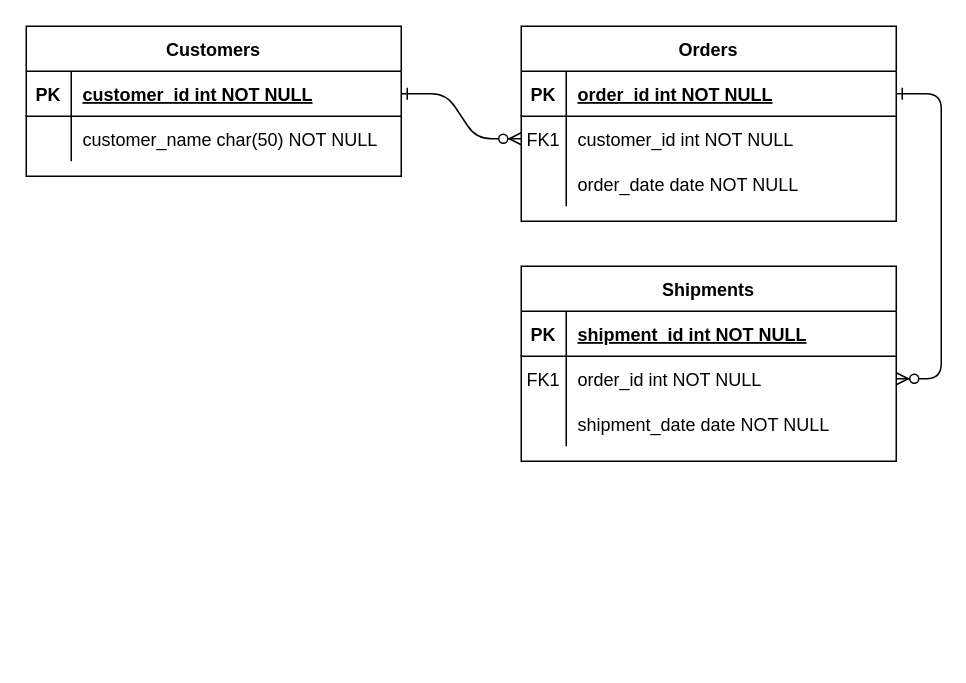
Above: Untitled Diagram.drawio in TigistBekele/MySQL-DDL (draw.io), before the change. Source tidied: cells renumbered, new cells numbered last; positions are measured from the earlier drawing's top-left corner, leaving out a move shared by most shapes. Both pictures are drawn from the tidied source at 150%, with x=0, y=0 at pixel (26, 26).
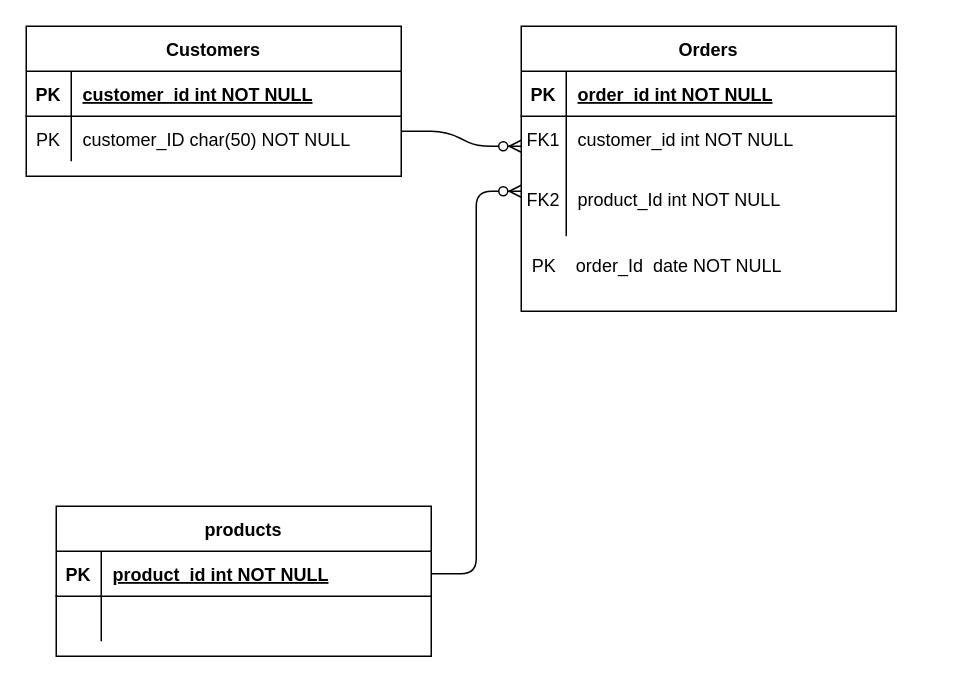
The same diagram, later.

The change refers to these unchanged cells:
```xml
<mxCell id="5" style="shape=partialRectangle;fillColor=none;points=[[0,0.5],[1,0.5]];portConstraint=eastwest;top=0;left=0;right=0;bottom=1;" parent="4" vertex="1">
  <mxGeometry y="30" width="250" height="30" as="geometry" />
</mxCell>
<mxCell id="8" style="shape=partialRectangle;fillColor=none;points=[[0,0.5],[1,0.5]];portConstraint=eastwest;top=0;left=0;right=0;bottom=0;" parent="4" vertex="1">
  <mxGeometry y="60" width="250" height="30" as="geometry" />
</mxCell>
<mxCell id="15" style="shape=partialRectangle;fillColor=none;points=[[0,0.5],[1,0.5]];portConstraint=eastwest;top=0;left=0;right=0;bottom=1;" parent="14" vertex="1">
  <mxGeometry y="30" width="250" height="30" as="geometry" />
</mxCell>
<mxCell id="25" style="shape=partialRectangle;fillColor=none;points=[[0,0.5],[1,0.5]];portConstraint=eastwest;top=0;left=0;right=0;bottom=1;" parent="24" vertex="1">
  <mxGeometry y="30" width="250" height="30" as="geometry" />
</mxCell>
<mxCell id="28" style="shape=partialRectangle;fillColor=none;top=0;left=0;right=0;bottom=0;" parent="24" vertex="1">
  <mxGeometry y="60" width="250" height="30" as="geometry" />
</mxCell>
```

What changed in the source:
```diff
@@
-    <mxCell id="2" style="edgeStyle=entityRelationEdgeStyle;endArrow=ERzeroToMany;startArrow=ERone;endFill=1;startFill=0;" parent="1" edge="1" source="25" target="8">
-      <mxGeometry relative="1" as="geometry" />
-    </mxCell>
-    <mxCell id="3" style="edgeStyle=entityRelationEdgeStyle;endArrow=ERzeroToMany;startArrow=ERone;endFill=1;startFill=0;" parent="1" edge="1" source="5" target="18">
-      <mxGeometry relative="1" as="geometry" />
-    </mxCell>
     <mxCell id="4" value="Orders" style="shape=table;startSize=30;childLayout=tableLayout;rowLines=0;fontStyle=1;align=center;" parent="1" vertex="1">
-      <mxGeometry x="330" width="250" height="130" as="geometry" />
+      <mxGeometry x="330" width="250" height="190" as="geometry" />
     </mxCell>
@@
     <mxCell id="11" style="shape=partialRectangle;fillColor=none;top=0;left=0;right=0;bottom=0;" parent="4" vertex="1">
-      <mxGeometry y="90" width="250" height="30" as="geometry" />
+      <mxGeometry y="90" width="250" height="50" as="geometry" />
     </mxCell>
-    <mxCell id="12" style="shape=partialRectangle;overflow=hidden;fillColor=none;top=0;left=0;bottom=0;right=0;" parent="11" vertex="1">
-      <mxGeometry width="30" height="30" as="geometry" />
+    <mxCell id="12" value="FK2" style="shape=partialRectangle;overflow=hidden;fillColor=none;top=0;left=0;bottom=0;right=0;" parent="11" vertex="1">
+      <mxGeometry width="30" height="50" as="geometry" />
     </mxCell>
-    <mxCell id="13" value="order_date date NOT NULL" style="shape=partialRectangle;overflow=hidden;fillColor=none;top=0;left=0;bottom=0;right=0;align=left;spacingLeft=6;" parent="11" vertex="1">
-      <mxGeometry x="30" width="220" height="30" as="geometry" />
+    <mxCell id="13" value="product_Id int NOT NULL" style="shape=partialRectangle;overflow=hidden;fillColor=none;top=0;left=0;bottom=0;right=0;align=left;spacingLeft=6;" parent="11" vertex="1">
+      <mxGeometry x="30" width="220" height="50" as="geometry" />
     </mxCell>
-    <mxCell id="14" value="Shipments" style="shape=table;startSize=30;childLayout=tableLayout;rowLines=0;fontStyle=1;align=center;" parent="1" vertex="1">
-      <mxGeometry x="330" y="160" width="250" height="130" as="geometry" />
+    <mxCell id="14" value="products" style="shape=table;startSize=30;childLayout=tableLayout;rowLines=0;fontStyle=1;align=center;" parent="1" vertex="1">
+      <mxGeometry x="20" y="320" width="250" height="100" as="geometry" />
     </mxCell>
@@
-    <mxCell id="17" value="shipment_id int NOT NULL " style="shape=partialRectangle;overflow=hidden;fillColor=none;top=0;left=0;bottom=0;right=0;align=left;spacingLeft=6;fontStyle=5;" parent="15" vertex="1">
+    <mxCell id="17" value="product_id int NOT NULL" style="shape=partialRectangle;overflow=hidden;fillColor=none;top=0;left=0;bottom=0;right=0;align=left;spacingLeft=6;fontStyle=5;" parent="15" vertex="1">
       <mxGeometry x="30" width="220" height="30" as="geometry" />
     </mxCell>
-    <mxCell id="18" style="shape=partialRectangle;fillColor=none;points=[[0,0.5],[1,0.5]];portConstraint=eastwest;top=0;left=0;right=0;bottom=0;" parent="14" vertex="1">
-      <mxGeometry y="60" width="250" height="30" as="geometry" />
-    </mxCell>
-    <mxCell id="19" value="FK1" style="shape=partialRectangle;overflow=hidden;fillColor=none;top=0;left=0;bottom=0;right=0;" parent="18" vertex="1">
-      <mxGeometry width="30" height="30" as="geometry" />
-    </mxCell>
-    <mxCell id="20" value="order_id int NOT NULL" style="shape=partialRectangle;overflow=hidden;fillColor=none;top=0;left=0;bottom=0;right=0;align=left;spacingLeft=6;" parent="18" vertex="1">
-      <mxGeometry x="30" width="220" height="30" as="geometry" />
-    </mxCell>
     <mxCell id="21" style="shape=partialRectangle;fillColor=none;top=0;left=0;right=0;bottom=0;" parent="14" vertex="1">
-      <mxGeometry y="90" width="250" height="30" as="geometry" />
+      <mxGeometry y="60" width="250" height="30" as="geometry" />
     </mxCell>
@@
-    <mxCell id="23" value="shipment_date date NOT NULL" style="shape=partialRectangle;overflow=hidden;fillColor=none;top=0;left=0;bottom=0;right=0;align=left;spacingLeft=6;" parent="21" vertex="1">
+    <mxCell id="23" style="shape=partialRectangle;overflow=hidden;fillColor=none;top=0;left=0;bottom=0;right=0;align=left;spacingLeft=6;" parent="21" vertex="1">
       <mxGeometry x="30" width="220" height="30" as="geometry" />
     </mxCell>
@@
-    <mxCell id="29" style="shape=partialRectangle;overflow=hidden;fillColor=none;top=0;left=0;bottom=0;right=0;" parent="28" vertex="1">
+    <mxCell id="29" value="PK" style="shape=partialRectangle;overflow=hidden;fillColor=none;top=0;left=0;bottom=0;right=0;" parent="28" vertex="1">
       <mxGeometry width="30" height="30" as="geometry" />
     </mxCell>
-    <mxCell id="30" value="customer_name char(50) NOT NULL" style="shape=partialRectangle;overflow=hidden;fillColor=none;top=0;left=0;bottom=0;right=0;align=left;spacingLeft=6;" parent="28" vertex="1">
+    <mxCell id="30" value="customer_ID char(50) NOT NULL" style="shape=partialRectangle;overflow=hidden;fillColor=none;top=0;left=0;bottom=0;right=0;align=left;spacingLeft=6;" parent="28" vertex="1">
       <mxGeometry x="30" width="220" height="30" as="geometry" />
     </mxCell>
+    <mxCell id="31" value="order_Id&amp;nbsp; date NOT NULL" style="text;html=1;align=center;verticalAlign=middle;strokeColor=none;" parent="1" vertex="1">
+      <mxGeometry x="360" y="150" width="150" height="20" as="geometry" />
+    </mxCell>
+    <mxCell id="32" value="PK" style="text;html=1;align=center;verticalAlign=middle;strokeColor=none;" parent="1" vertex="1">
+      <mxGeometry x="330" y="150" width="30" height="20" as="geometry" />
+    </mxCell>
+    <mxCell id="33" style="edgeStyle=entityRelationEdgeStyle;fontSize=12;html=1;endArrow=ERzeroToMany;endFill=1;exitX=1;exitY=0.5;exitDx=0;exitDy=0;" parent="1" edge="1" source="15">
+      <mxGeometry relative="1" as="geometry">
+        <mxPoint x="330" y="110" as="targetPoint" />
+      </mxGeometry>
+    </mxCell>
+    <mxCell id="34" style="edgeStyle=entityRelationEdgeStyle;fontSize=12;html=1;endArrow=ERzeroToMany;endFill=1;" parent="1" edge="1">
+      <mxGeometry relative="1" as="geometry">
+        <mxPoint x="250" y="70" as="sourcePoint" />
+        <mxPoint x="330" y="80" as="targetPoint" />
+      </mxGeometry>
+    </mxCell>
```
